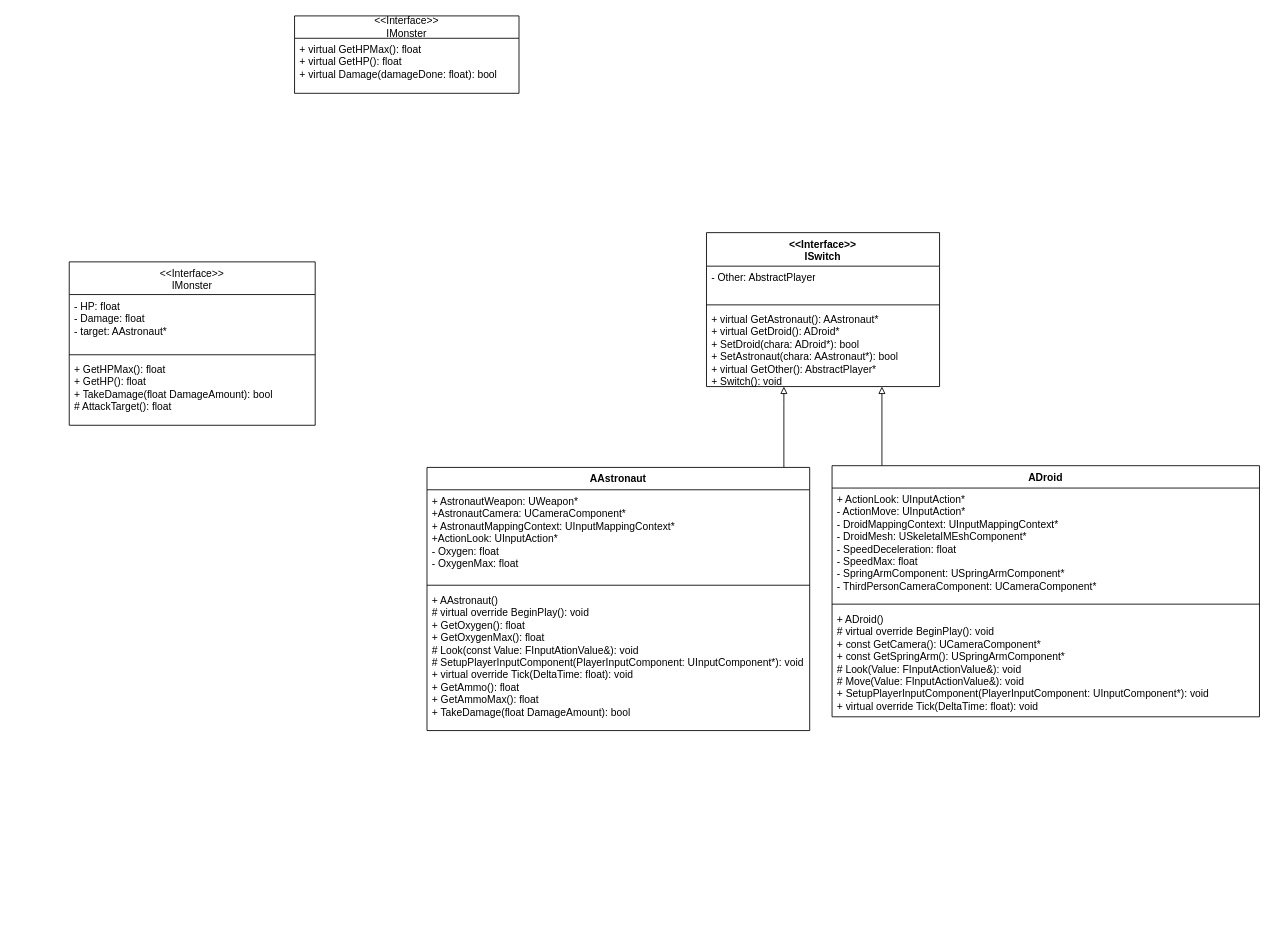
herrkrabbe/BarBoi keeps this draw.io diagram as UML.drawio. Above is the earlier version. Source tidied: cells renumbered, new cells numbered last; positions are measured from the earlier drawing's top-left corner, leaving out a move shared by most shapes. Both pictures are drawn from the tidied source at 86%, with x=0, y=0 at pixel (69, 15).
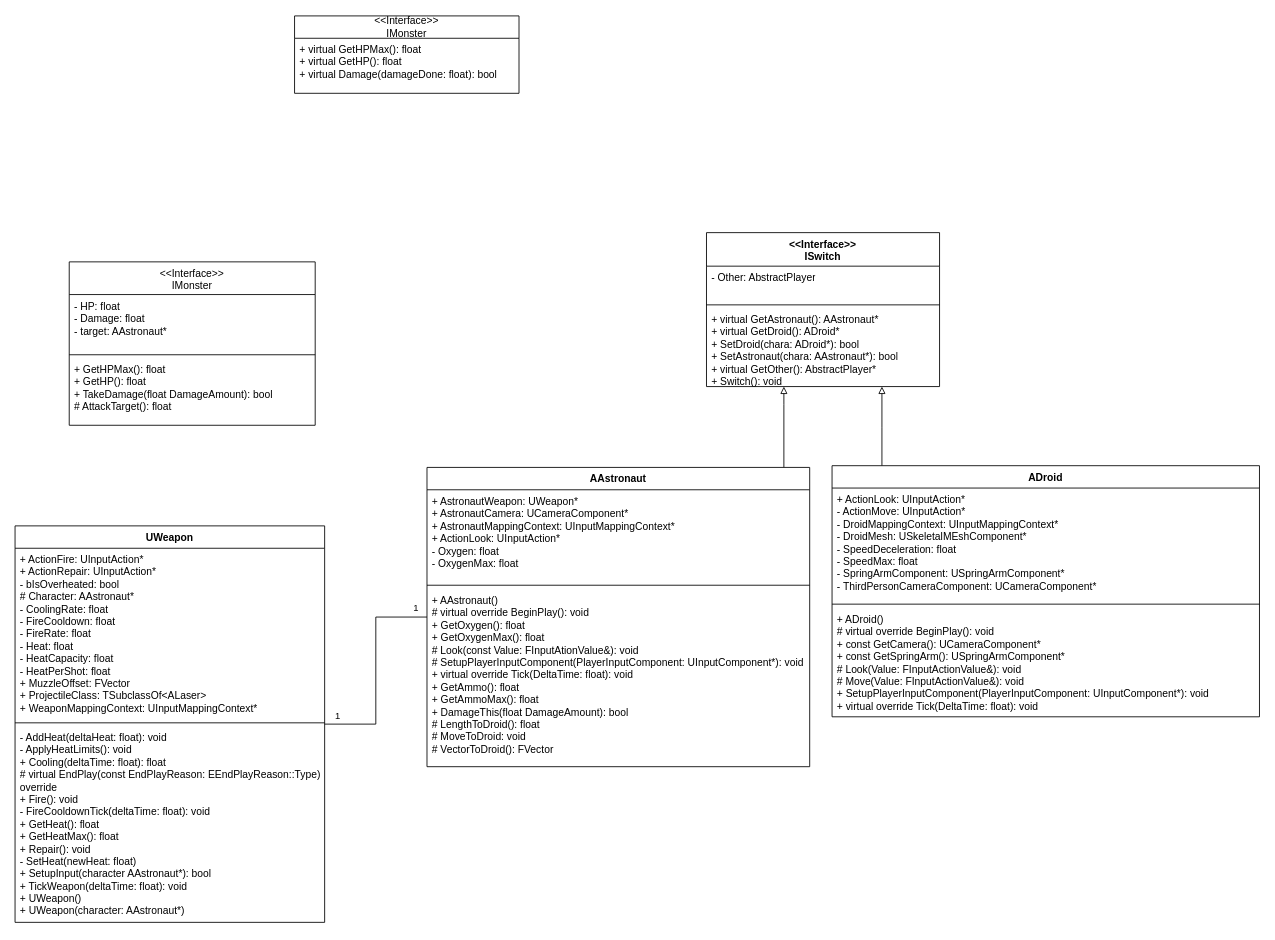
After the change.

Commit message:
added Weaponto UML

Change to the diagram source:
```diff
@@
+    <mxCell id="22" style="edgeStyle=orthogonalEdgeStyle;rounded=0;jettySize=auto;html=1;endArrow=none;endFill=0;" parent="1" edge="1" source="3" target="25">
+      <mxGeometry relative="1" as="geometry" />
+    </mxCell>
+    <mxCell id="23" value="1" style="edgeLabel;html=1;align=center;verticalAlign=middle;" parent="22" vertex="1">
+      <mxGeometry x="-0.88" y="-1" relative="1" as="geometry">
+        <mxPoint x="1" y="-10" as="offset" />
+      </mxGeometry>
+    </mxCell>
+    <mxCell id="24" value="1" style="edgeLabel;html=1;align=center;verticalAlign=middle;" parent="22" vertex="1">
+      <mxGeometry x="0.88" y="2" relative="1" as="geometry">
+        <mxPoint y="-12" as="offset" />
+      </mxGeometry>
+    </mxCell>
     <mxCell id="3" value="AAstronaut" style="swimlane;fontStyle=1;align=center;verticalAlign=top;horizontal=1;startSize=26;whiteSpace=wrap;html=1;" parent="1" vertex="1">
-      <mxGeometry x="416" y="525" width="445" height="306" as="geometry" />
+      <mxGeometry x="416" y="525" width="445" height="348" as="geometry" />
     </mxCell>
-    <mxCell id="4" value="&lt;div&gt;+ AstronautWeapon: UWeapon*&lt;/div&gt;&lt;div&gt;+AstronautCamera: UCameraComponent*&lt;/div&gt;&lt;div&gt;+ AstronautMappingContext: UInputMappingContext*&lt;/div&gt;&lt;div&gt;+ActionLook: UInputAction*&lt;/div&gt;&lt;div&gt;- Oxygen: float&lt;/div&gt;&lt;div&gt;- OxygenMax: float&lt;/div&gt;" style="text;strokeColor=none;fillColor=none;align=left;verticalAlign=top;spacingLeft=4;spacingRight=4;overflow=hidden;whiteSpace=wrap;html=1;" parent="3" vertex="1">
+    <mxCell id="4" value="&lt;div&gt;+ AstronautWeapon: UWeapon*&lt;/div&gt;&lt;div&gt;+ AstronautCamera: UCameraComponent*&lt;/div&gt;&lt;div&gt;+ AstronautMappingContext: UInputMappingContext*&lt;/div&gt;&lt;div&gt;+ ActionLook: UInputAction*&lt;/div&gt;&lt;div&gt;- Oxygen: float&lt;/div&gt;&lt;div&gt;- OxygenMax: float&lt;/div&gt;" style="text;strokeColor=none;fillColor=none;align=left;verticalAlign=top;spacingLeft=4;spacingRight=4;overflow=hidden;whiteSpace=wrap;html=1;" parent="3" vertex="1">
       <mxGeometry y="26" width="445" height="107" as="geometry" />
     </mxCell>
@@
-    <mxCell id="6" value="+ AAstronaut()&lt;div&gt;# virtual override BeginPlay(): void&lt;/div&gt;&lt;div&gt;+ GetOxygen(): float&lt;/div&gt;&lt;div&gt;+ GetOxygenMax(): float&lt;/div&gt;&lt;div&gt;# Look(const Value: FInputAtionValue&amp;amp;): void&lt;br&gt;&lt;div&gt;&lt;div&gt;# SetupPlayerInputComponent(PlayerInputComponent: UInputComponent*): void&lt;/div&gt;&lt;/div&gt;&lt;div&gt;+ virtual override Tick(DeltaTime: float): void&lt;/div&gt;&lt;/div&gt;&lt;div&gt;+ GetAmmo(): float&lt;/div&gt;&lt;div&gt;+ GetAmmoMax(): float&lt;/div&gt;&lt;div&gt;+ TakeDamage(float DamageAmount): bool&lt;br&gt;&lt;/div&gt;" style="text;strokeColor=none;fillColor=none;align=left;verticalAlign=top;spacingLeft=4;spacingRight=4;overflow=hidden;whiteSpace=wrap;html=1;" parent="3" vertex="1">
-      <mxGeometry y="141" width="445" height="165" as="geometry" />
+    <mxCell id="6" value="+ AAstronaut()&lt;div&gt;# virtual override BeginPlay(): void&lt;/div&gt;&lt;div&gt;+ GetOxygen(): float&lt;/div&gt;&lt;div&gt;+ GetOxygenMax(): float&lt;/div&gt;&lt;div&gt;# Look(const Value: FInputAtionValue&amp;amp;): void&lt;br&gt;&lt;div&gt;&lt;div&gt;# SetupPlayerInputComponent(PlayerInputComponent: UInputComponent*): void&lt;/div&gt;&lt;/div&gt;&lt;div&gt;+ virtual override Tick(DeltaTime: float): void&lt;/div&gt;&lt;/div&gt;&lt;div&gt;+ GetAmmo(): float&lt;/div&gt;&lt;div&gt;+ GetAmmoMax(): float&lt;/div&gt;&lt;div&gt;+ DamageThis(float DamageAmount): bool&lt;br&gt;&lt;/div&gt;&lt;div&gt;# LengthToDroid(): float&lt;/div&gt;&lt;div&gt;# MoveToDroid: void&lt;/div&gt;&lt;div&gt;# VectorToDroid(): FVector&lt;/div&gt;" style="text;strokeColor=none;fillColor=none;align=left;verticalAlign=top;spacingLeft=4;spacingRight=4;overflow=hidden;whiteSpace=wrap;html=1;" parent="3" vertex="1">
+      <mxGeometry y="141" width="445" height="207" as="geometry" />
     </mxCell>
@@
+    <mxCell id="25" value="UWeapon" style="swimlane;fontStyle=1;align=center;verticalAlign=top;horizontal=1;startSize=26;whiteSpace=wrap;html=1;" parent="1" vertex="1">
+      <mxGeometry x="-63" y="593" width="360" height="461" as="geometry" />
+    </mxCell>
+    <mxCell id="26" value="+ ActionFire: UInputAction*&lt;div&gt;+ ActionRepair:&amp;nbsp;&lt;span style=&quot;background-color: initial;&quot;&gt;UInputAction*&lt;/span&gt;&lt;/div&gt;&lt;div&gt;- bIsOverheated: bool&lt;/div&gt;&lt;div&gt;# Character: AAstronaut*&lt;/div&gt;&lt;div&gt;- CoolingRate: float&lt;/div&gt;&lt;div&gt;- FireCooldown: float&lt;/div&gt;&lt;div&gt;- FireRate: float&lt;/div&gt;&lt;div&gt;- Heat: float&lt;/div&gt;&lt;div&gt;- HeatCapacity: float&lt;/div&gt;&lt;div&gt;- HeatPerShot: float&lt;/div&gt;&lt;div&gt;+ MuzzleOffset: FVector&lt;/div&gt;&lt;div&gt;+ ProjectileClass: TSubclassOf&amp;lt;ALaser&amp;gt;&lt;/div&gt;&lt;div&gt;+ WeaponMappingContext: UInputMappingContext*&lt;/div&gt;" style="text;strokeColor=none;fillColor=none;align=left;verticalAlign=top;spacingLeft=4;spacingRight=4;overflow=hidden;whiteSpace=wrap;html=1;" parent="25" vertex="1">
+      <mxGeometry y="26" width="360" height="199" as="geometry" />
+    </mxCell>
+    <mxCell id="27" style="line;strokeWidth=1;fillColor=none;align=left;verticalAlign=middle;spacingTop=-1;spacingLeft=3;spacingRight=3;labelPosition=right;strokeColor=inherit;" parent="25" vertex="1">
+      <mxGeometry y="225" width="360" height="8" as="geometry" />
+    </mxCell>
+    <mxCell id="28" value="- AddHeat(deltaHeat: float): void&lt;div&gt;- ApplyHeatLimits(): void&lt;/div&gt;&lt;div&gt;+ Cooling(deltaTime: float): float&lt;/div&gt;&lt;div&gt;# virtual EndPlay(const EndPlayReason: EEndPlayReason::Type) override&lt;/div&gt;&lt;div&gt;+ Fire(): void&lt;/div&gt;&lt;div&gt;- FireCooldownTick(deltaTime: float): void&lt;/div&gt;&lt;div&gt;+ GetHeat(): float&lt;/div&gt;&lt;div&gt;+ GetHeatMax(): float&lt;/div&gt;&lt;div&gt;+ Repair(): void&lt;/div&gt;&lt;div&gt;- SetHeat(newHeat: float)&lt;/div&gt;&lt;div&gt;+ SetupInput(character AAstronaut*): bool&lt;/div&gt;&lt;div&gt;+ TickWeapon(deltaTime: float): void&lt;/div&gt;&lt;div&gt;+ UWeapon()&lt;/div&gt;&lt;div&gt;+ UWeapon(character: AAstronaut*)&lt;/div&gt;" style="text;strokeColor=none;fillColor=none;align=left;verticalAlign=top;spacingLeft=4;spacingRight=4;overflow=hidden;whiteSpace=wrap;html=1;" parent="25" vertex="1">
+      <mxGeometry y="233" width="360" height="228" as="geometry" />
+    </mxCell>
```
